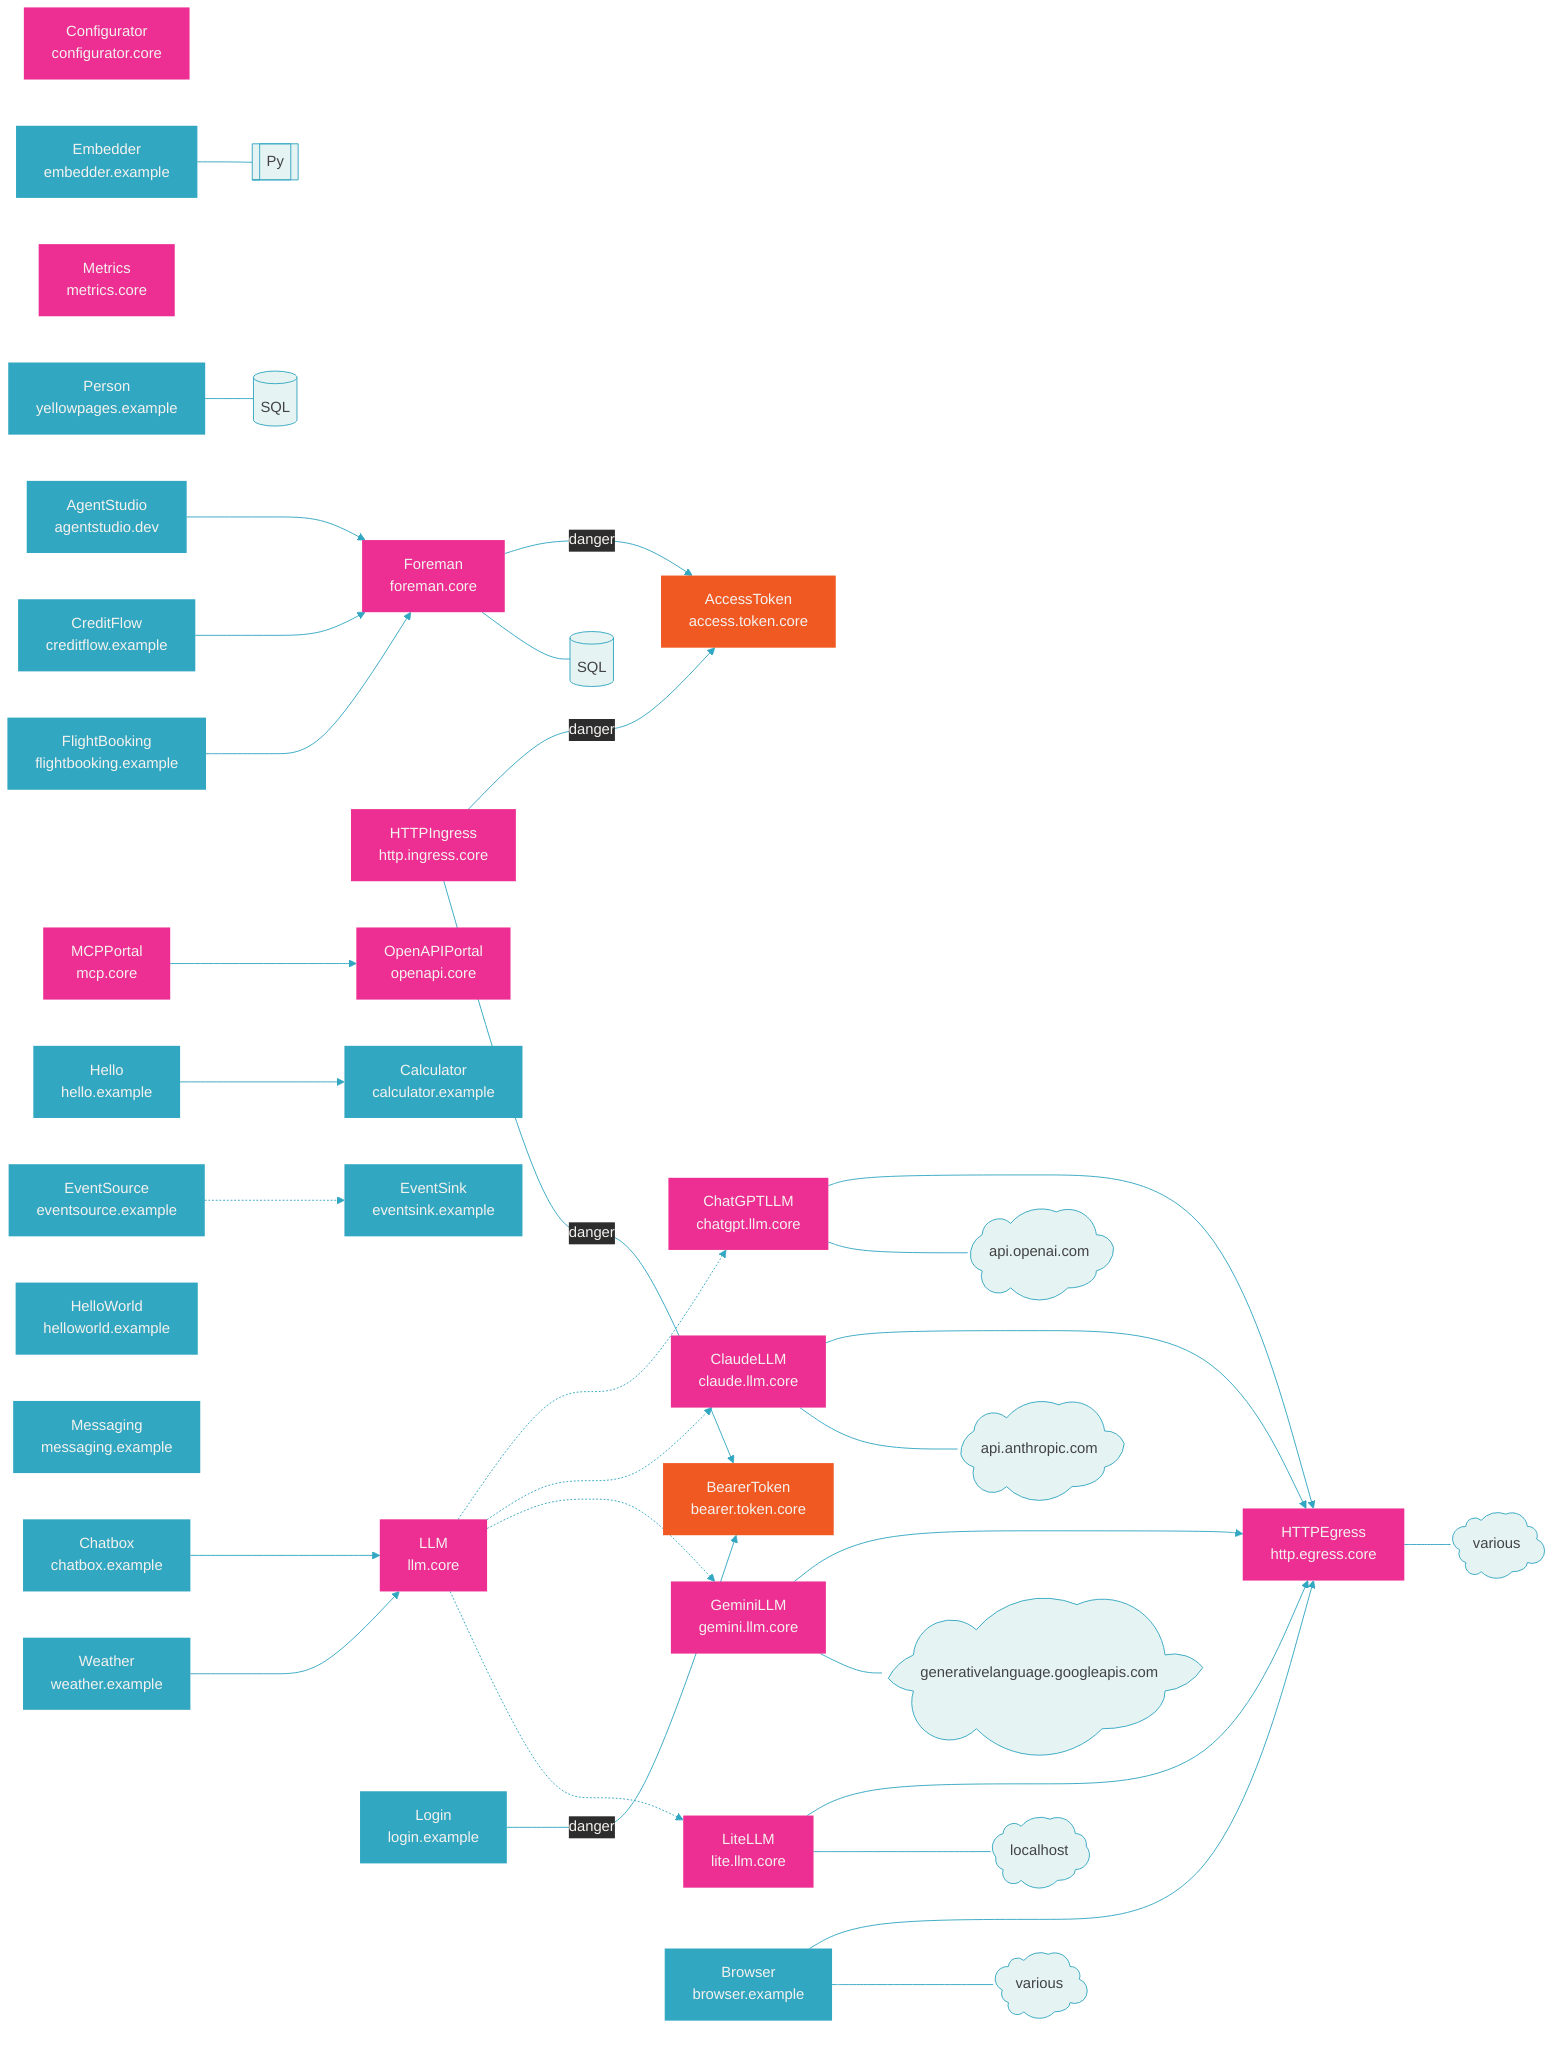
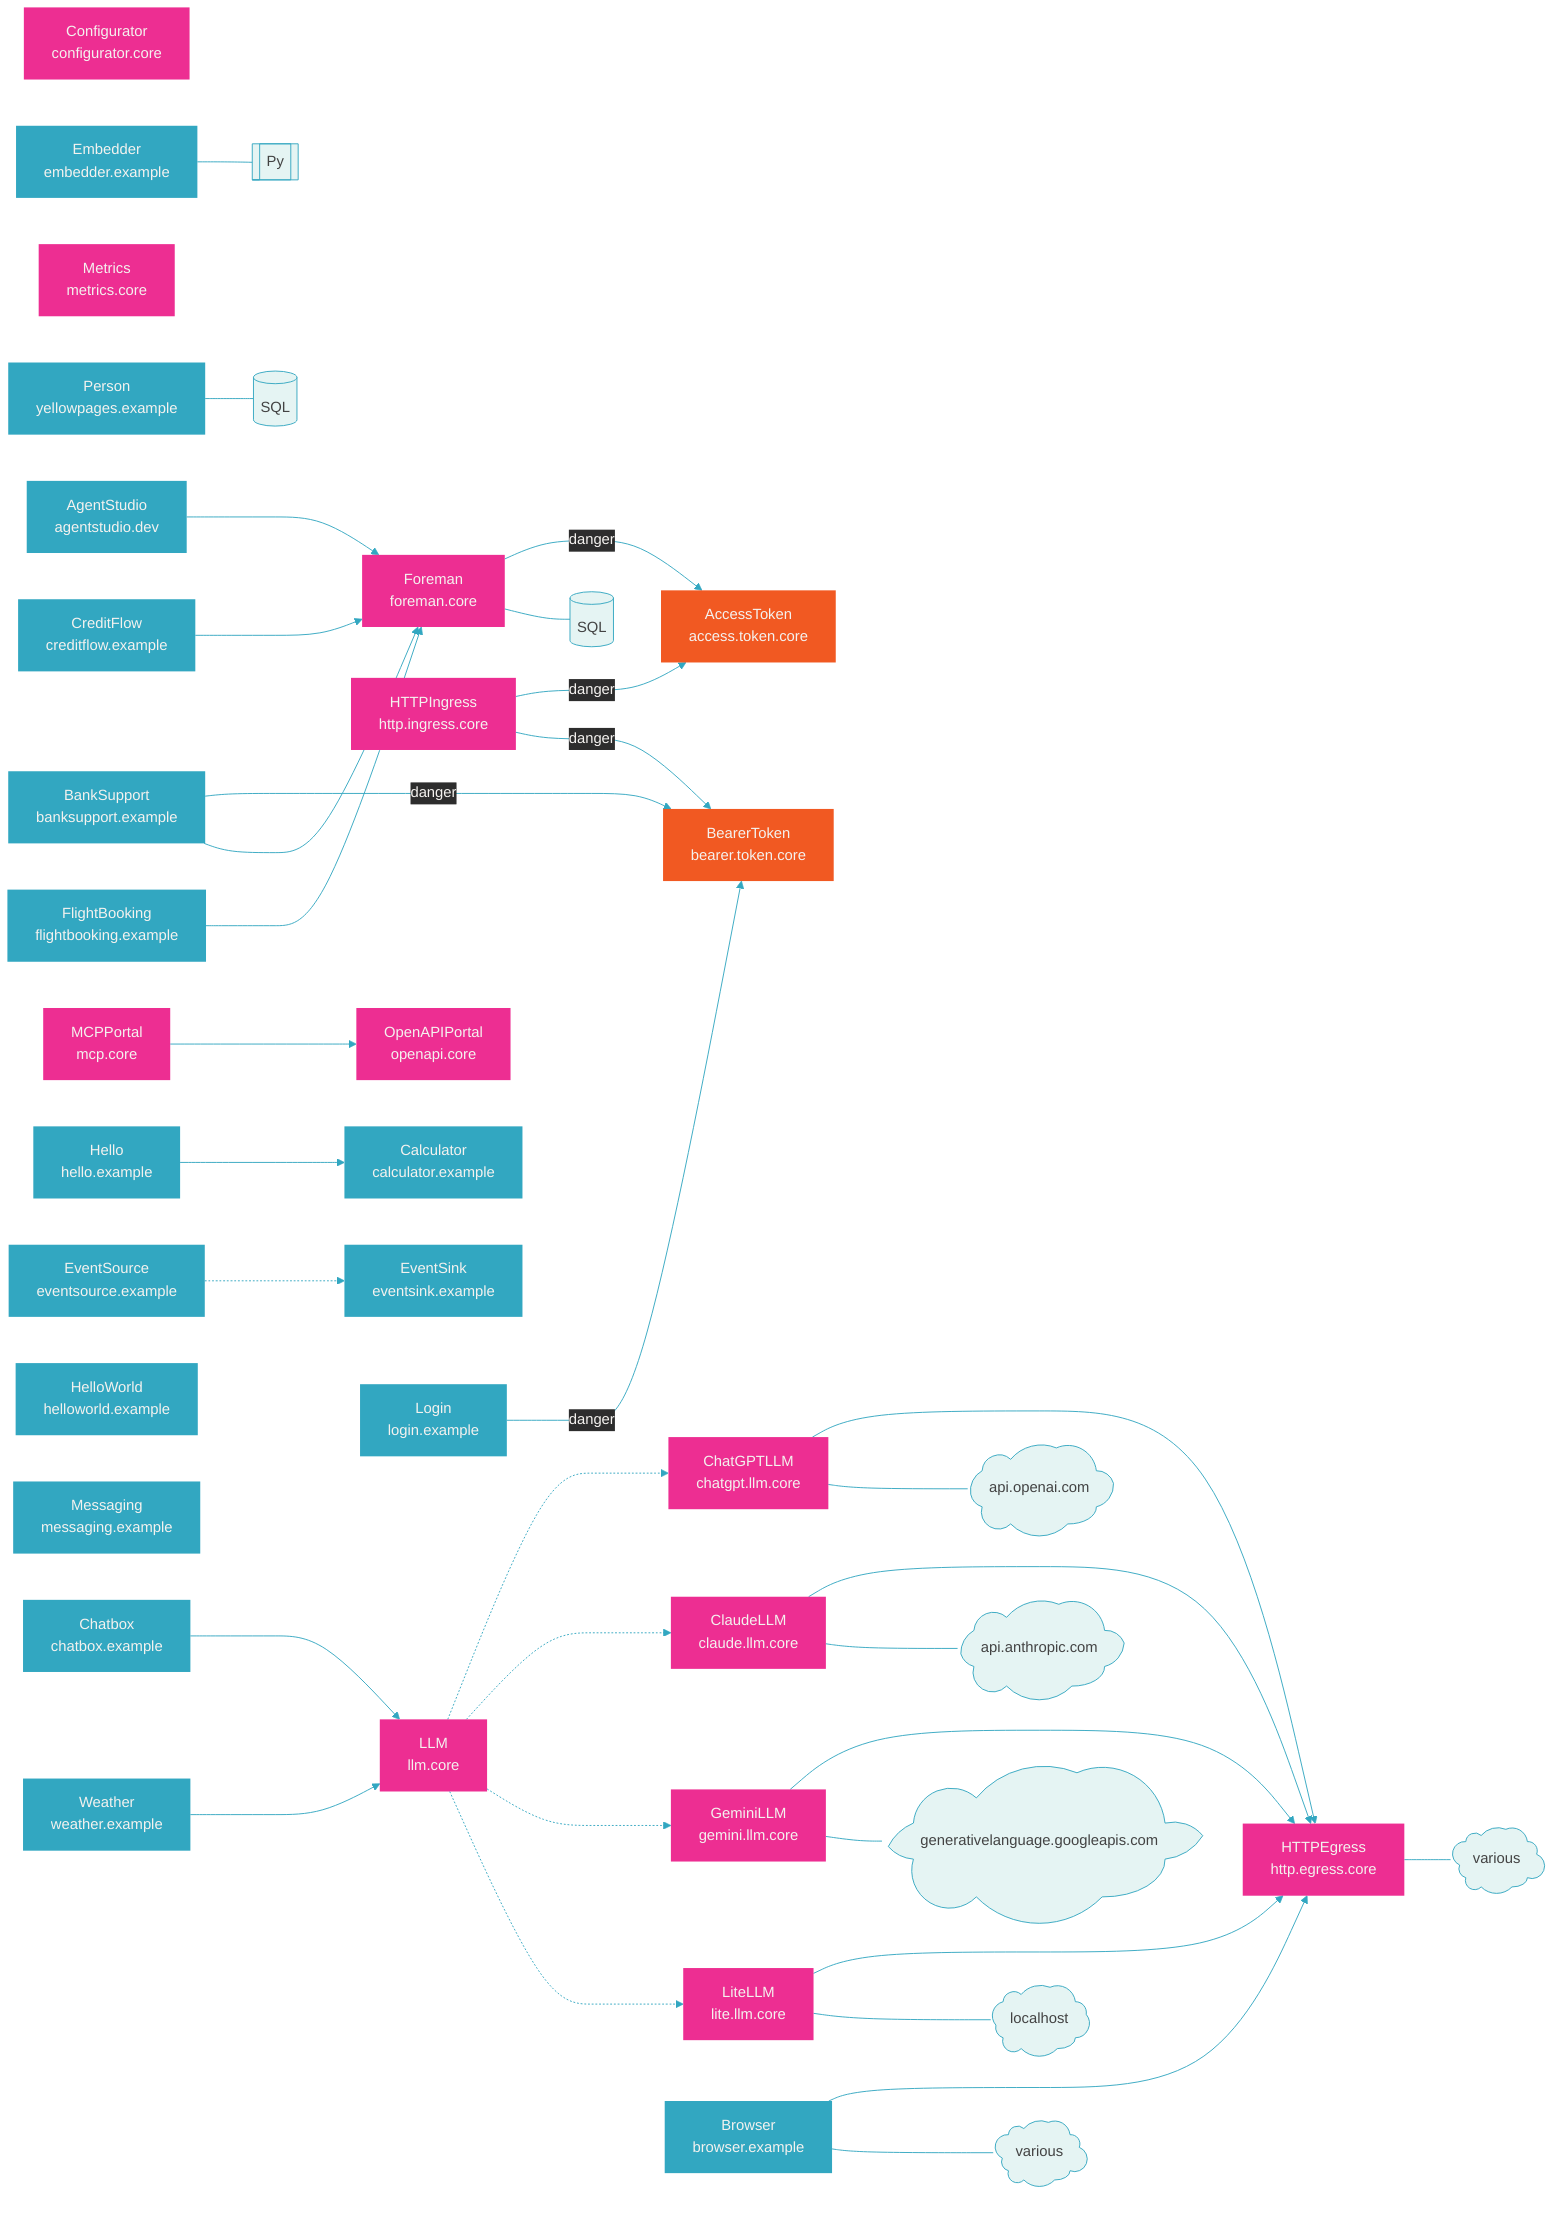
%%{init: {'themeVariables': {'lineColor': '#32a7c1', 'edgeLabelBackground': '#2d2d2d', 'textColor': '#f4f2ef'}}}%%
graph LR
    classDef core fill:#ed2e92,color:#f4f2ef,stroke-width:0px
    classDef svc fill:#32a7c1,color:#f4f2ef,stroke-width:0px
    classDef danger fill:#f15922,color:#f4f2ef,stroke-width:0px
    classDef ext fill:#e5f4f3,color:#434343,stroke:#32a7c1

    configurator.core[Configurator<br>configurator.core]
    http.egress.core[HTTPEgress<br>http.egress.core] --- http.egress.core.cloud@{shape: cloud, label: "various"}
    foreman.core[Foreman<br>foreman.core] --->|danger| access.token.core[AccessToken<br>access.token.core]
    foreman.core --- foreman.core.db[(SQL)]
    http.ingress.core[HTTPIngress<br>http.ingress.core] --->|danger| access.token.core
    http.ingress.core --->|danger| bearer.token.core[BearerToken<br>bearer.token.core]
    llm.core[LLM<br>llm.core]
    chatgpt.llm.core[ChatGPTLLM<br>chatgpt.llm.core] ---> http.egress.core
    llm.core -..-> chatgpt.llm.core
    chatgpt.llm.core --- chatgpt.llm.core.cloud@{shape: cloud, label: "api.openai.com"}
    claude.llm.core[ClaudeLLM<br>claude.llm.core] ---> http.egress.core
    llm.core -..-> claude.llm.core
    claude.llm.core --- claude.llm.core.cloud@{shape: cloud, label: "api.anthropic.com"}
    gemini.llm.core[GeminiLLM<br>gemini.llm.core] ---> http.egress.core
    llm.core -..-> gemini.llm.core
    gemini.llm.core --- gemini.llm.core.cloud@{shape: cloud, label: "generativelanguage.googleapis.com"}
    lite.llm.core[LiteLLM<br>lite.llm.core] ---> http.egress.core
    llm.core -..-> lite.llm.core
    lite.llm.core --- lite.llm.core.cloud@{shape: cloud, label: "localhost"}
    mcp.core[MCPPortal<br>mcp.core] ---> openapi.core[OpenAPIPortal<br>openapi.core]
    metrics.core[Metrics<br>metrics.core]
    agentstudio.dev[AgentStudio<br>agentstudio.dev] ---> foreman.core
+     banksupport.example[BankSupport<br>banksupport.example] --->|danger| bearer.token.core
+     banksupport.example ---> foreman.core
    browser.example[Browser<br>browser.example] ---> http.egress.core
    browser.example --- browser.example.cloud@{shape: cloud, label: "various"}
    calculator.example[Calculator<br>calculator.example]
    chatbox.example[Chatbox<br>chatbox.example] ---> llm.core
    creditflow.example[CreditFlow<br>creditflow.example] ---> foreman.core
    embedder.example[Embedder<br>embedder.example] --- embedder.example.py[[Py]]
    eventsource.example[EventSource<br>eventsource.example] -..-> eventsink.example[EventSink<br>eventsink.example]
    flightbooking.example[FlightBooking<br>flightbooking.example] ---> foreman.core
    hello.example[Hello<br>hello.example] ---> calculator.example
    helloworld.example[HelloWorld<br>helloworld.example]
    login.example[Login<br>login.example] --->|danger| bearer.token.core
    messaging.example[Messaging<br>messaging.example]
    weather.example[Weather<br>weather.example] ---> llm.core
    yellowpages.example[Person<br>yellowpages.example] --- yellowpages.example.db[(SQL)]

-     class agentstudio.dev,browser.example,calculator.example,chatbox.example,creditflow.example,embedder.example,eventsink.example,eventsource.example,flightbooking.example,hello.example,helloworld.example,login.example,messaging.example,weather.example,yellowpages.example svc
+     class agentstudio.dev,banksupport.example,browser.example,calculator.example,chatbox.example,creditflow.example,embedder.example,eventsink.example,eventsource.example,flightbooking.example,hello.example,helloworld.example,login.example,messaging.example,weather.example,yellowpages.example svc
    class configurator.core,http.egress.core,foreman.core,http.ingress.core,llm.core,chatgpt.llm.core,claude.llm.core,gemini.llm.core,lite.llm.core,mcp.core,metrics.core,openapi.core core
    class access.token.core,bearer.token.core danger
    class http.egress.core.cloud,foreman.core.db,chatgpt.llm.core.cloud,claude.llm.core.cloud,gemini.llm.core.cloud,lite.llm.core.cloud,browser.example.cloud,embedder.example.py,yellowpages.example.db ext
